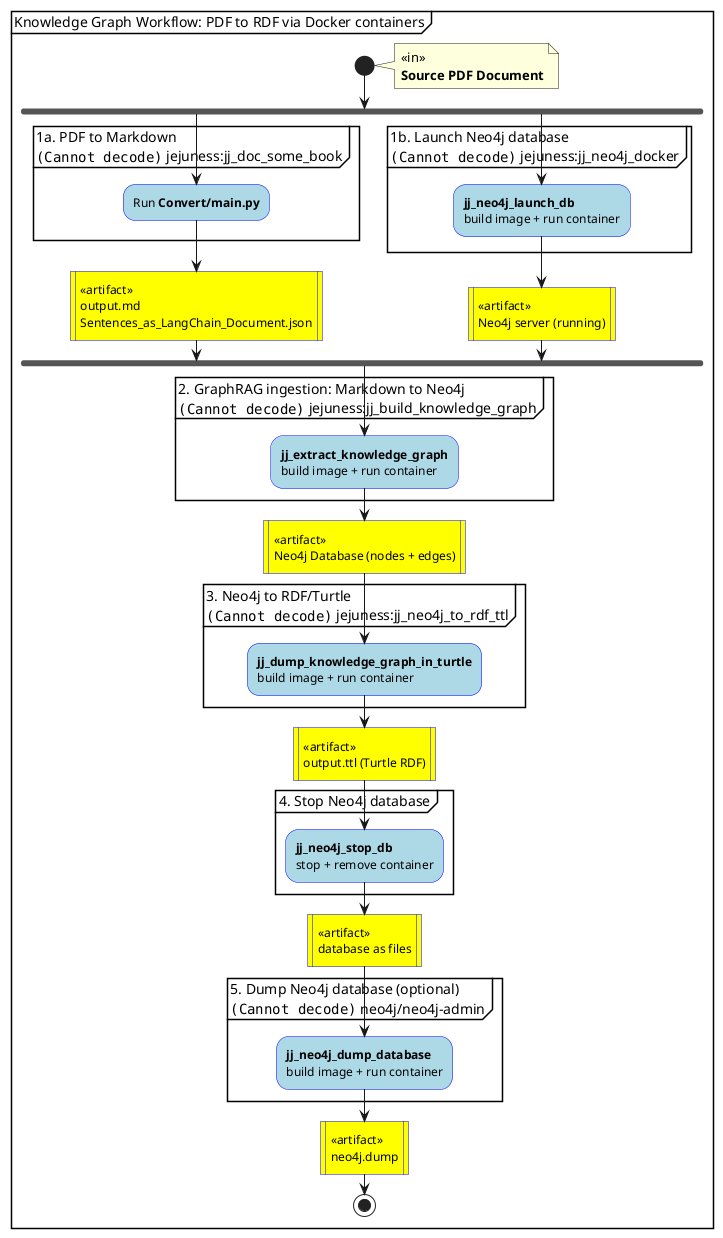
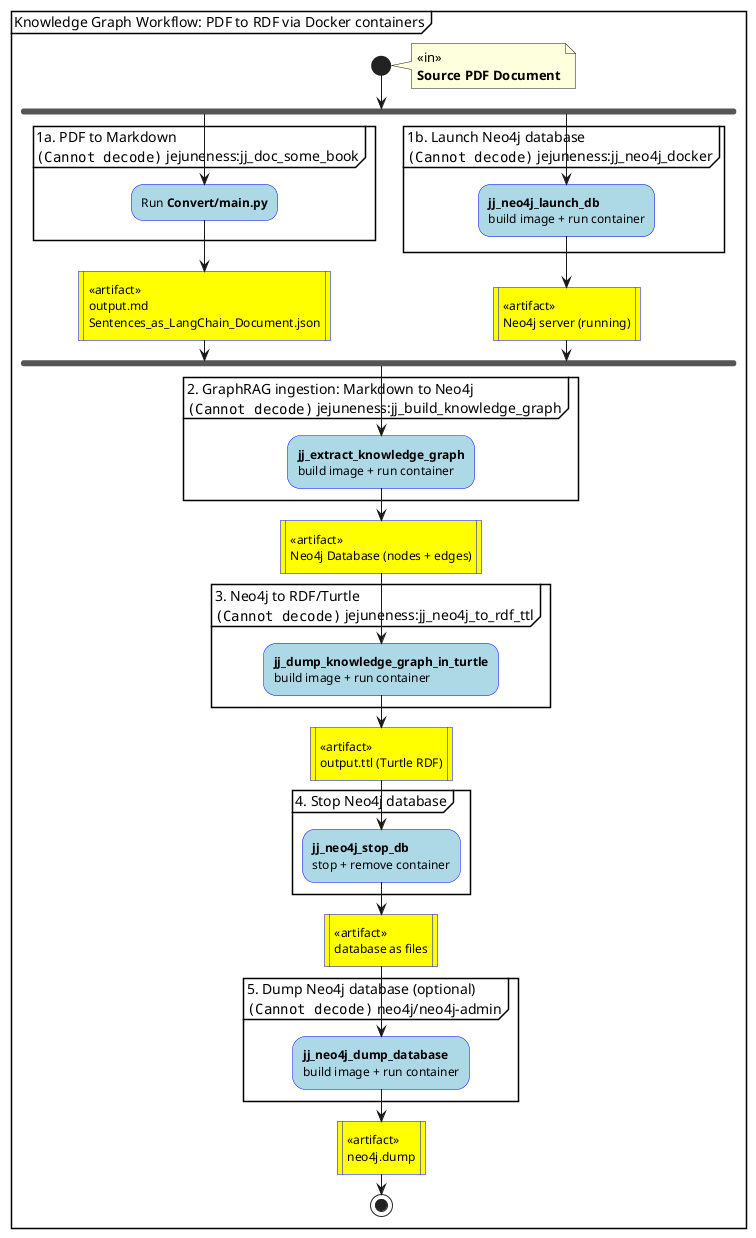
@startuml

skinparam activity {
  BackgroundColor #LightBlue
  BorderColor #Blue
}

partition "Knowledge Graph Workflow: PDF to RDF via Docker containers" {

  start
  note right : <<in>>\n**Source PDF Document**

  fork
-     partition "1a. PDF to Markdown\n<img:docker_flaticon_919853_24.png> jejuness:jj_doc_some_book" {
+     partition "1a. PDF to Markdown\n<img:docker_flaticon_919853_24.png> jejuneness:jj_doc_some_book" {
      :Run **Convert/main.py**;
    }

    #Yellow:<<artifact>>\noutput.md\nSentences_as_LangChain_Document.json|

  fork again

-     partition "1b. Launch Neo4j database\n<img:docker_flaticon_919853_24.png> jejuness:jj_neo4j_docker" {
+     partition "1b. Launch Neo4j database\n<img:docker_flaticon_919853_24.png> jejuneness:jj_neo4j_docker" {
      :**jj_neo4j_launch_db**\nbuild image + run container;
    }

    #Yellow:<<artifact>>\nNeo4j server (running)|

  end fork

-   partition "2. GraphRAG ingestion: Markdown to Neo4j\n<img:docker_flaticon_919853_24.png> jejuness:jj_build_knowledge_graph" {
+   partition "2. GraphRAG ingestion: Markdown to Neo4j\n<img:docker_flaticon_919853_24.png> jejuneness:jj_build_knowledge_graph" {
    :**jj_extract_knowledge_graph**\nbuild image + run container;
  }

  #Yellow:<<artifact>>\nNeo4j Database (nodes + edges)|

-   partition "3. Neo4j to RDF/Turtle\n<img:docker_flaticon_919853_24.png> jejuness:jj_neo4j_to_rdf_ttl" {
+   partition "3. Neo4j to RDF/Turtle\n<img:docker_flaticon_919853_24.png> jejuneness:jj_neo4j_to_rdf_ttl" {
    :**jj_dump_knowledge_graph_in_turtle**\nbuild image + run container;
  }

  #Yellow:<<artifact>>\noutput.ttl (Turtle RDF)|

  partition "4. Stop Neo4j database" {
    :**jj_neo4j_stop_db**\nstop + remove container;
  }

  #Yellow:<<artifact>>\ndatabase as files|

  partition "5. Dump Neo4j database (optional)\n<img:docker_flaticon_919853_24.png> neo4j/neo4j-admin" {
    :**jj_neo4j_dump_database**\nbuild image + run container;
  }

  #Yellow:<<artifact>>\nneo4j.dump|

  stop

}

@enduml
